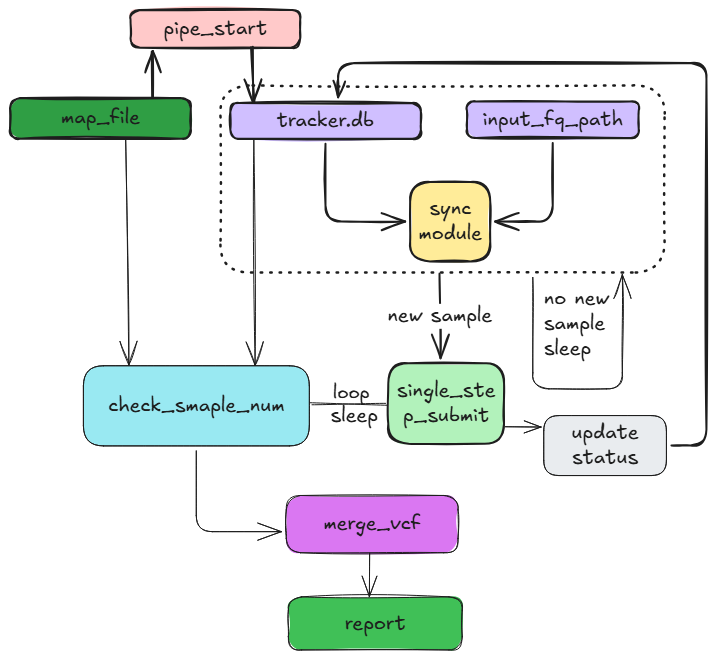
The Excalidraw diagram yexiang_pipeline.excalidraw.png in kevin-furant/yexiang_chip_analysis, before a commit. Source tidied: one line per element, renumbered; positions are measured from the earlier drawing's top-left corner, leaving out a move shared by most shapes. The source it was exported from:
```json
{"id": 0, "type": "rectangle", "strokeColor": "#1e1e1e", "backgroundColor": "#2f9e44", "fillStyle": "solid", "strokeWidth": 2, "roughness": 1, "round": true, "x": 0, "y": 88, "width": 181, "height": 41}
{"id": 1, "type": "text", "text": "map_file", "strokeColor": "#1e1e1e", "strokeWidth": 2, "roughness": 1, "fontSize": 20, "fontFamily": 5, "textAlign": "center", "verticalAlign": "middle", "inside": 0, "x": 51, "y": 96, "width": 79, "height": 25}
{"id": 2, "type": "rectangle", "strokeColor": "#1e1e1e", "backgroundColor": "#d0bfff", "fillStyle": "solid", "strokeWidth": 2, "roughness": 1, "round": true, "x": 220, "y": 93, "width": 191, "height": 36}
{"id": 3, "type": "text", "text": "tracker.db", "strokeColor": "#1e1e1e", "strokeWidth": 2, "roughness": 1, "fontSize": 20, "fontFamily": 5, "textAlign": "center", "verticalAlign": "middle", "inside": 2, "x": 267, "y": 98, "width": 97, "height": 25}
{"id": 4, "type": "rectangle", "strokeColor": "#1e1e1e", "backgroundColor": "#d0bfff", "fillStyle": "solid", "strokeWidth": 2, "roughness": 1, "round": true, "x": 457, "y": 92, "width": 172, "height": 36}
{"id": 5, "type": "text", "text": "input_fq_path", "strokeColor": "#1e1e1e", "strokeWidth": 2, "roughness": 1, "fontSize": 20, "fontFamily": 5, "textAlign": "center", "verticalAlign": "middle", "inside": 4, "x": 473, "y": 97, "width": 140, "height": 25}
{"id": 6, "type": "rectangle", "strokeColor": "#1e1e1e", "backgroundColor": "#ffc9c9", "fillStyle": "solid", "strokeWidth": 2, "roughness": 1, "round": true, "x": 121, "y": 0, "width": 170, "height": 38}
{"id": 7, "type": "text", "text": "pipe_start", "strokeColor": "#1e1e1e", "strokeWidth": 2, "roughness": 1, "fontSize": 20, "fontFamily": 5, "textAlign": "center", "verticalAlign": "middle", "inside": 6, "x": 153, "y": 6, "width": 104, "height": 25}
{"id": 8, "type": "arrow", "strokeColor": "#1e1e1e", "strokeWidth": 2, "roughness": 1, "endArrowhead": "arrow", "round": true, "from": 0, "to": 6, "x": 143, "y": 87, "width": 0, "height": 46, "points": [[0, 0], [0, -46]]}
{"id": 9, "type": "arrow", "strokeColor": "#1e1e1e", "strokeWidth": 2, "roughness": 1, "endArrowhead": "arrow", "round": true, "from": 6, "to": 2, "x": 242, "y": 36, "width": 3, "height": 55, "points": [[0, 0], [3, 55]]}
{"id": 10, "type": "rectangle", "strokeColor": "#1e1e1e", "backgroundColor": "#ffec99", "fillStyle": "solid", "strokeWidth": 2, "roughness": 1, "round": true, "x": 400, "y": 172, "width": 80, "height": 79}
{"id": 11, "type": "text", "text": "sync\nmodule", "strokeColor": "#1e1e1e", "strokeWidth": 2, "roughness": 1, "fontSize": 20, "fontFamily": 5, "textAlign": "center", "verticalAlign": "middle", "inside": 10, "x": 408, "y": 187, "width": 64, "height": 50}
{"id": 12, "type": "arrow", "strokeColor": "#1e1e1e", "strokeWidth": 2, "roughness": 1, "endArrowhead": "arrow", "from": 2, "x": 315, "y": 134, "width": 80, "height": 78, "points": [[0, 0], [0, 78], [80, 78]]}
{"id": 13, "type": "arrow", "strokeColor": "#1e1e1e", "strokeWidth": 2, "roughness": 1, "endArrowhead": "arrow", "from": 4, "to": 10, "x": 543, "y": 133, "width": 57, "height": 79, "points": [[0, 0], [0, 79], [-57, 79]]}
{"id": 14, "type": "rectangle", "strokeColor": "#1e1e1e", "backgroundColor": "#b2f2bb", "fillStyle": "solid", "strokeWidth": 2, "roughness": 1, "round": true, "x": 378, "y": 353, "width": 116, "height": 80}
{"id": 15, "type": "text", "text": "single_ste\np_submit", "strokeColor": "#1e1e1e", "strokeWidth": 2, "roughness": 1, "fontSize": 20, "fontFamily": 5, "textAlign": "center", "verticalAlign": "middle", "inside": 14, "x": 387, "y": 369, "width": 99, "height": 50}
{"id": 16, "type": "rectangle", "strokeColor": "#1e1e1e", "strokeWidth": 2, "strokeStyle": "dotted", "roughness": 1, "round": true, "x": 211, "y": 75, "width": 444, "height": 187}
{"id": 17, "type": "arrow", "strokeColor": "#1e1e1e", "strokeWidth": 2, "roughness": 1, "endArrowhead": "arrow", "from": 16, "to": 14, "x": 429, "y": 263, "width": 1, "height": 85, "points": [[0, 0], [1, 85]]}
{"id": 18, "type": "text", "text": "new sample", "strokeColor": "#1e1e1e", "strokeWidth": 2, "roughness": 1, "fontSize": 20, "fontFamily": 5, "textAlign": "center", "verticalAlign": "middle", "inside": 17, "x": 377, "y": 292, "width": 105, "height": 25}
{"id": 19, "type": "arrow", "strokeColor": "#1e1e1e", "strokeWidth": 1, "roughness": 1, "endArrowhead": "arrow", "from": 16, "to": 16, "x": 523, "y": 267, "width": 90, "height": 114, "points": [[0, 0], [0, 111], [90, 111], [90, -3]]}
{"id": 20, "type": "text", "text": "no new\nsample\nsleep", "strokeColor": "#1e1e1e", "strokeWidth": 1, "roughness": 1, "fontSize": 20, "fontFamily": 5, "x": 534, "y": 276, "width": 66, "height": 75}
{"id": 21, "type": "rectangle", "strokeColor": "#1e1e1e", "backgroundColor": "#99e9f2", "fillStyle": "solid", "strokeWidth": 1, "roughness": 0, "round": true, "x": 73, "y": 356, "width": 226, "height": 80}
{"id": 22, "type": "text", "text": "check_smaple_num", "strokeColor": "#1e1e1e", "strokeWidth": 1, "roughness": 1, "fontSize": 20, "fontFamily": 5, "textAlign": "center", "verticalAlign": "middle", "inside": 21, "x": 98, "y": 383, "width": 176, "height": 25}
{"id": 23, "type": "arrow", "strokeColor": "#1e1e1e", "strokeWidth": 1, "roughness": 1, "endArrowhead": "arrow", "from": 0, "to": 21, "x": 116, "y": 129, "width": 3, "height": 225, "points": [[0, 0], [3, 225]]}
{"id": 24, "type": "arrow", "strokeColor": "#1e1e1e", "strokeWidth": 1, "roughness": 1, "endArrowhead": "arrow", "from": 2, "to": 21, "x": 244, "y": 129, "width": 1, "height": 226, "points": [[0, 0], [1, 226]]}
{"id": 25, "type": "line", "strokeColor": "#1e1e1e", "strokeWidth": 1, "roughness": 1, "round": true, "x": 301, "y": 394, "width": 77, "height": 1, "points": [[0, 0], [77, 1]]}
{"id": 26, "type": "text", "text": "sleep", "strokeColor": "#1e1e1e", "strokeWidth": 1, "roughness": 1, "fontSize": 20, "fontFamily": 5, "x": 320, "y": 394, "width": 48, "height": 25}
{"id": 27, "type": "text", "text": "loop", "strokeColor": "#1e1e1e", "strokeWidth": 1, "roughness": 1, "fontSize": 18.64, "fontFamily": 5, "x": 323, "y": 372, "width": 37, "height": 23}
{"id": 28, "type": "rectangle", "strokeColor": "#1e1e1e", "backgroundColor": "#da77f2", "fillStyle": "solid", "strokeWidth": 1, "roughness": 1, "round": true, "x": 276, "y": 485, "width": 172, "height": 57}
{"id": 29, "type": "text", "text": "merge_vcf", "strokeColor": "#1e1e1e", "strokeWidth": 1, "roughness": 1, "fontSize": 20, "fontFamily": 5, "textAlign": "center", "verticalAlign": "middle", "inside": 28, "x": 314, "y": 502, "width": 97, "height": 25}
{"id": 30, "type": "rectangle", "strokeColor": "#1e1e1e", "backgroundColor": "#40c057", "fillStyle": "solid", "strokeWidth": 1, "roughness": 1, "round": true, "x": 278, "y": 587, "width": 174, "height": 53}
{"id": 31, "type": "text", "text": "report", "strokeColor": "#1e1e1e", "strokeWidth": 1, "roughness": 1, "fontSize": 20, "fontFamily": 5, "textAlign": "center", "verticalAlign": "middle", "inside": 30, "x": 335, "y": 601, "width": 61, "height": 25}
{"id": 32, "type": "arrow", "strokeColor": "#1e1e1e", "strokeWidth": 1, "roughness": 0, "endArrowhead": "arrow", "from": 21, "to": 28, "x": 186, "y": 441, "width": 85, "height": 81, "points": [[0, 0], [0, 81], [85, 81]]}
{"id": 33, "type": "arrow", "strokeColor": "#1e1e1e", "backgroundColor": "#40c057", "fillStyle": "solid", "strokeWidth": 1, "roughness": 0, "endArrowhead": "arrow", "from": 28, "to": 30, "x": 360, "y": 543, "width": 0, "height": 43, "points": [[0, 0], [0, 43]]}
{"id": 34, "type": "rectangle", "strokeColor": "#1e1e1e", "backgroundColor": "#e9ecef", "fillStyle": "solid", "strokeWidth": 1, "roughness": 0, "round": true, "x": 534, "y": 406, "width": 123, "height": 60}
{"id": 35, "type": "text", "text": "update\nstatus", "strokeColor": "#1e1e1e", "backgroundColor": "#40c057", "fillStyle": "solid", "strokeWidth": 1, "roughness": 0, "fontSize": 20, "fontFamily": 5, "textAlign": "center", "verticalAlign": "middle", "inside": 34, "x": 562, "y": 411, "width": 67, "height": 50}
{"id": 36, "type": "arrow", "strokeColor": "#1e1e1e", "backgroundColor": "#e9ecef", "fillStyle": "solid", "strokeWidth": 1, "roughness": 0, "endArrowhead": "arrow", "from": 14, "to": 34, "x": 495, "y": 417, "width": 35, "height": 0, "points": [[0, 0], [35, 0]]}
{"id": 37, "type": "arrow", "strokeColor": "#1e1e1e", "strokeWidth": 2, "roughness": 1, "endArrowhead": "arrow", "from": 34, "to": 6, "x": 661, "y": 435, "width": 368, "height": 382, "points": [[0, 0], [35, 0], [35, -382], [-333, -382], [-333, -348]]}
```
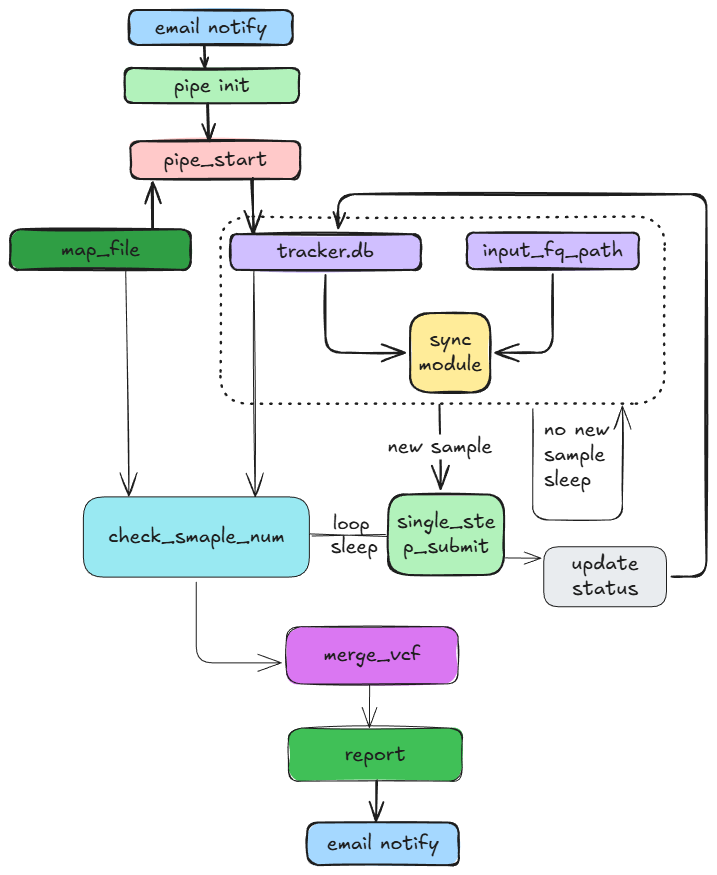
The same diagram one commit later.

What changed in the source:
```diff
@@ -36,3 +36,12 @@
 {"id": 35, "type": "text", "text": "update\nstatus", "strokeColor": "#1e1e1e", "backgroundColor": "#40c057", "fillStyle": "solid", "strokeWidth": 1, "roughness": 0, "fontSize": 20, "fontFamily": 5, "textAlign": "center", "verticalAlign": "middle", "inside": 34, "x": 562, "y": 411, "width": 67, "height": 50}
 {"id": 36, "type": "arrow", "strokeColor": "#1e1e1e", "backgroundColor": "#e9ecef", "fillStyle": "solid", "strokeWidth": 1, "roughness": 0, "endArrowhead": "arrow", "from": 14, "to": 34, "x": 495, "y": 417, "width": 35, "height": 0, "points": [[0, 0], [35, 0]]}
 {"id": 37, "type": "arrow", "strokeColor": "#1e1e1e", "strokeWidth": 2, "roughness": 1, "endArrowhead": "arrow", "from": 34, "to": 6, "x": 661, "y": 435, "width": 368, "height": 382, "points": [[0, 0], [35, 0], [35, -382], [-333, -382], [-333, -348]]}
+{"id": 38, "type": "rectangle", "strokeColor": "#1e1e1e", "backgroundColor": "#b2f2bb", "fillStyle": "solid", "strokeWidth": 2, "roughness": 1, "round": true, "x": 115, "y": -73, "width": 174, "height": 35}
+{"id": 39, "type": "text", "text": "pipe init", "strokeColor": "#1e1e1e", "strokeWidth": 2, "roughness": 1, "fontSize": 20, "fontFamily": 5, "textAlign": "center", "verticalAlign": "middle", "inside": 38, "x": 164, "y": -68, "width": 76, "height": 25}
+{"id": 40, "type": "arrow", "strokeColor": "#1e1e1e", "strokeWidth": 2, "roughness": 1, "endArrowhead": "arrow", "round": true, "from": 38, "to": 6, "x": 197, "y": -38, "width": 2, "height": 37, "points": [[0, 0], [2, 37]]}
+{"id": 41, "type": "rectangle", "strokeColor": "#1e1e1e", "backgroundColor": "#a5d8ff", "fillStyle": "solid", "strokeWidth": 2, "roughness": 1, "round": true, "x": 119, "y": -131, "width": 164, "height": 35}
+{"id": 42, "type": "text", "text": "email notify", "strokeColor": "#1e1e1e", "strokeWidth": 2, "roughness": 1, "fontSize": 20, "fontFamily": 5, "textAlign": "center", "verticalAlign": "middle", "inside": 41, "x": 145, "y": -126, "width": 112, "height": 25}
+{"id": 43, "type": "arrow", "strokeColor": "#1e1e1e", "strokeWidth": 2, "roughness": 1, "endArrowhead": "arrow", "round": true, "from": 41, "to": 38, "x": 195, "y": -96, "width": 1, "height": 23, "points": [[0, 0], [1, 23]]}
+{"id": 44, "type": "rectangle", "strokeColor": "#1e1e1e", "backgroundColor": "#a5d8ff", "fillStyle": "solid", "strokeWidth": 2, "roughness": 1, "round": true, "x": 297, "y": 681, "width": 151, "height": 43}
+{"id": 45, "type": "text", "text": "email notify", "strokeColor": "#1e1e1e", "strokeWidth": 2, "roughness": 1, "fontSize": 20, "fontFamily": 5, "textAlign": "center", "verticalAlign": "middle", "inside": 44, "x": 317, "y": 690, "width": 112, "height": 25}
+{"id": 46, "type": "arrow", "strokeColor": "#1e1e1e", "strokeWidth": 2, "roughness": 1, "endArrowhead": "arrow", "round": true, "from": 30, "to": 44, "x": 367, "y": 640, "width": 1, "height": 41, "points": [[0, 0], [-1, 41]]}
```
